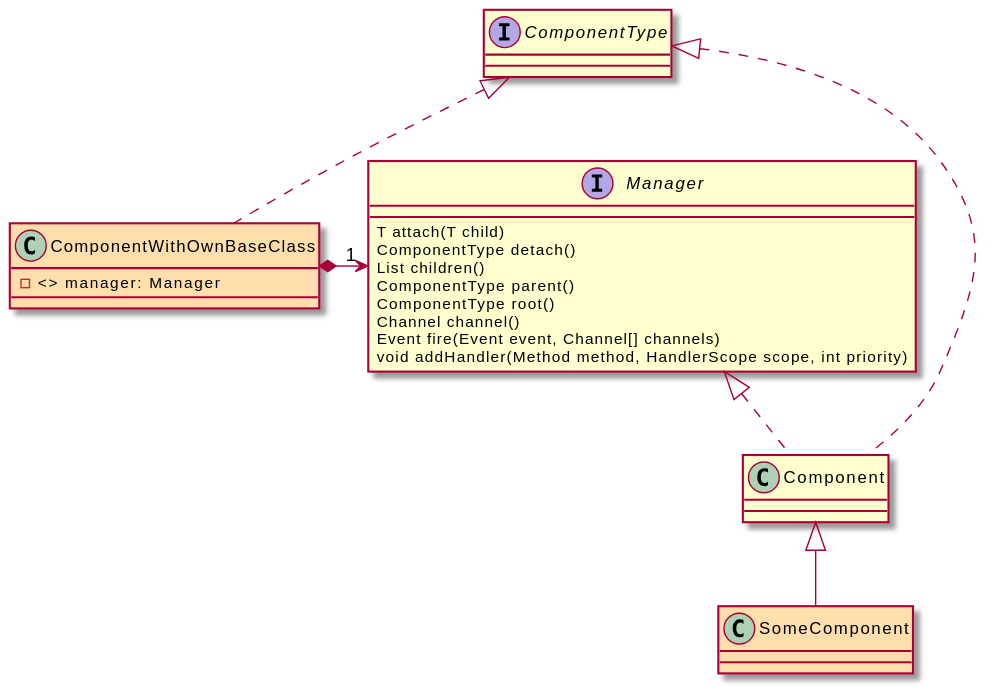
This is javadoc/org/jgrapes/core/Components.svg from mnlipp/jgrapes, a PlantUML export, as it was before one commit.
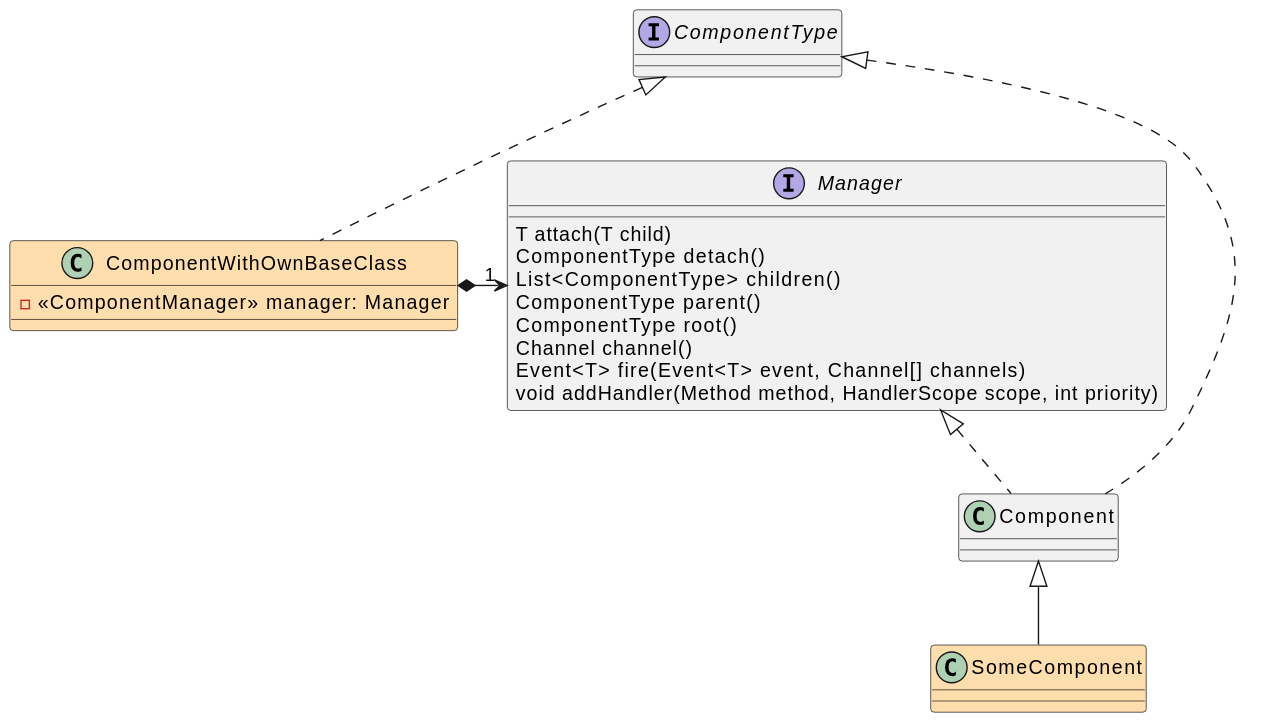
After the change.

Change to the diagram source:
```diff
@@ -2,16 +2,16 @@
 interface Manager {
    T attach(T child)
    ComponentType detach()
-   List children()
+   List<ComponentType> children()
    ComponentType parent()
    ComponentType root()
    Channel channel()
-   Event fire(Event event, Channel[] channels)
+   Event<T> fire(Event<T> event, Channel[] channels)
    void addHandler(Method method, HandlerScope scope, int priority)
  }
  interface ComponentType
  class ComponentWithOwnBaseClass #NavajoWhite {
-   -<> manager: Manager
+   -<<ComponentManager>> manager: Manager
  }
  class SomeComponent #NavajoWhite
 
```
